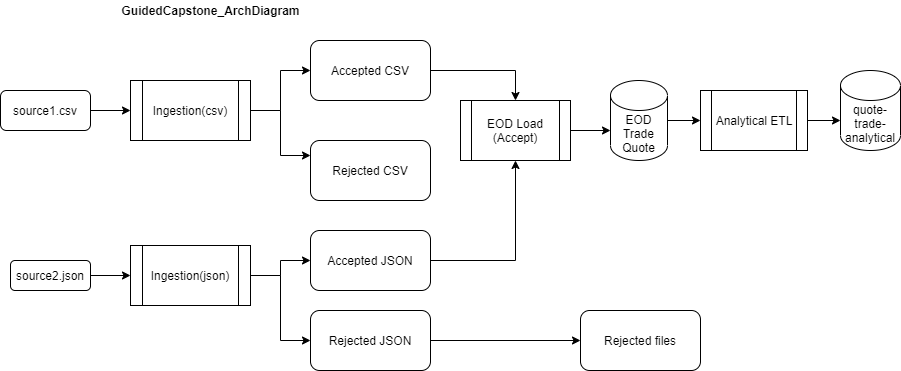
The draw.io diagram GuidedCapstone_DesignPipeline.png in samby5/GC, before a commit. Source tidied: cells renumbered, new cells last; positions are measured from the earlier drawing's top-left corner, leaving out a move shared by most shapes. The source it was exported from:
```xml
<mxGraphModel>
  <root>
    <mxCell id="0" />
    <mxCell id="1" parent="0" />
    <mxCell id="2" style="edgeStyle=orthogonalEdgeStyle;rounded=0;jettySize=auto;html=1;" parent="1" edge="1" source="3" target="14">
      <mxGeometry relative="1" as="geometry" />
    </mxCell>
    <mxCell id="3" value="EOD&lt;br&gt;Trade&lt;br&gt;Quote" style="shape=cylinder3;whiteSpace=wrap;html=1;boundedLbl=1;backgroundOutline=1;size=15;" parent="1" vertex="1">
      <mxGeometry x="610" y="80" width="57" height="80" as="geometry" />
    </mxCell>
    <mxCell id="4" value="quote-trade-analytical" style="shape=cylinder3;whiteSpace=wrap;html=1;boundedLbl=1;backgroundOutline=1;size=15;" parent="1" vertex="1">
      <mxGeometry x="840" y="70" width="60" height="80" as="geometry" />
    </mxCell>
    <mxCell id="5" style="edgeStyle=orthogonalEdgeStyle;rounded=0;jettySize=auto;html=1;entryX=0;entryY=0.25;entryDx=0;entryDy=0;" parent="1" edge="1" source="7" target="19">
      <mxGeometry relative="1" as="geometry" />
    </mxCell>
    <mxCell id="6" style="edgeStyle=orthogonalEdgeStyle;rounded=0;jettySize=auto;html=1;" parent="1" edge="1" source="7" target="25">
      <mxGeometry relative="1" as="geometry" />
    </mxCell>
    <mxCell id="7" value="Ingestion(csv)" style="shape=process;whiteSpace=wrap;html=1;backgroundOutline=1;" parent="1" vertex="1">
      <mxGeometry x="130" y="80" width="120" height="60" as="geometry" />
    </mxCell>
    <mxCell id="8" style="edgeStyle=orthogonalEdgeStyle;rounded=0;jettySize=auto;html=1;entryX=0;entryY=0.5;entryDx=0;entryDy=0;" parent="1" edge="1" source="10" target="21">
      <mxGeometry relative="1" as="geometry" />
    </mxCell>
    <mxCell id="9" style="edgeStyle=orthogonalEdgeStyle;rounded=0;jettySize=auto;html=1;entryX=0;entryY=0.5;entryDx=0;entryDy=0;" parent="1" edge="1" source="10" target="23">
      <mxGeometry relative="1" as="geometry" />
    </mxCell>
    <mxCell id="10" value="Ingestion(json)" style="shape=process;whiteSpace=wrap;html=1;backgroundOutline=1;" parent="1" vertex="1">
      <mxGeometry x="130" y="245" width="120" height="60" as="geometry" />
    </mxCell>
    <mxCell id="11" style="edgeStyle=orthogonalEdgeStyle;rounded=0;jettySize=auto;html=1;" parent="1" edge="1" source="12">
      <mxGeometry relative="1" as="geometry">
        <mxPoint x="610" y="130" as="targetPoint" />
      </mxGeometry>
    </mxCell>
    <mxCell id="12" value="EOD Load&lt;br&gt;(Accept)" style="shape=process;whiteSpace=wrap;html=1;backgroundOutline=1;" parent="1" vertex="1">
      <mxGeometry x="460" y="100" width="110" height="60" as="geometry" />
    </mxCell>
    <mxCell id="13" style="edgeStyle=orthogonalEdgeStyle;rounded=0;jettySize=auto;html=1;" parent="1" edge="1" source="14">
      <mxGeometry relative="1" as="geometry">
        <mxPoint x="840" y="120" as="targetPoint" />
      </mxGeometry>
    </mxCell>
    <mxCell id="14" value="Analytical ETL" style="shape=process;whiteSpace=wrap;html=1;backgroundOutline=1;" parent="1" vertex="1">
      <mxGeometry x="700" y="90" width="107" height="60" as="geometry" />
    </mxCell>
    <mxCell id="15" style="edgeStyle=orthogonalEdgeStyle;rounded=0;jettySize=auto;html=1;" parent="1" edge="1" source="16" target="7">
      <mxGeometry relative="1" as="geometry" />
    </mxCell>
    <mxCell id="16" value="source1.csv" style="rounded=1;whiteSpace=wrap;html=1;" parent="1" vertex="1">
      <mxGeometry y="90" width="90" height="40" as="geometry" />
    </mxCell>
    <mxCell id="17" style="edgeStyle=orthogonalEdgeStyle;rounded=0;jettySize=auto;html=1;entryX=0;entryY=0.5;entryDx=0;entryDy=0;" parent="1" edge="1" source="18" target="10">
      <mxGeometry relative="1" as="geometry" />
    </mxCell>
    <mxCell id="18" value="&lt;span&gt;source2.json&lt;/span&gt;" style="rounded=1;whiteSpace=wrap;html=1;" parent="1" vertex="1">
      <mxGeometry x="10" y="260" width="80" height="30" as="geometry" />
    </mxCell>
    <mxCell id="19" value="Rejected CSV" style="rounded=1;whiteSpace=wrap;html=1;" parent="1" vertex="1">
      <mxGeometry x="310" y="140" width="120" height="60" as="geometry" />
    </mxCell>
    <mxCell id="20" style="edgeStyle=orthogonalEdgeStyle;rounded=0;jettySize=auto;html=1;" parent="1" edge="1" source="21" target="12">
      <mxGeometry relative="1" as="geometry" />
    </mxCell>
    <mxCell id="21" value="Accepted JSON" style="rounded=1;whiteSpace=wrap;html=1;" parent="1" vertex="1">
      <mxGeometry x="310" y="230" width="120" height="60" as="geometry" />
    </mxCell>
    <mxCell id="22" style="edgeStyle=orthogonalEdgeStyle;rounded=0;jettySize=auto;html=1;" parent="1" edge="1" source="23" target="26">
      <mxGeometry relative="1" as="geometry" />
    </mxCell>
    <mxCell id="23" value="Rejected JSON" style="rounded=1;whiteSpace=wrap;html=1;" parent="1" vertex="1">
      <mxGeometry x="310" y="310" width="120" height="60" as="geometry" />
    </mxCell>
    <mxCell id="24" style="edgeStyle=orthogonalEdgeStyle;rounded=0;jettySize=auto;html=1;entryX=0.5;entryY=0;entryDx=0;entryDy=0;" parent="1" edge="1" source="25" target="12">
      <mxGeometry relative="1" as="geometry" />
    </mxCell>
    <mxCell id="25" value="Accepted CSV" style="rounded=1;whiteSpace=wrap;html=1;" parent="1" vertex="1">
      <mxGeometry x="310" y="40" width="120" height="60" as="geometry" />
    </mxCell>
    <mxCell id="26" value="Rejected files" style="rounded=1;whiteSpace=wrap;html=1;" parent="1" vertex="1">
      <mxGeometry x="580" y="310" width="120" height="60" as="geometry" />
    </mxCell>
    <mxCell id="27" value="GuidedCapstone_ArchDiagram" style="text;html=1;align=center;verticalAlign=middle;strokeColor=none;fillColor=none;fontStyle=1;" parent="1" vertex="1">
      <mxGeometry x="115" width="190" height="20" as="geometry" />
    </mxCell>
  </root>
</mxGraphModel>
```
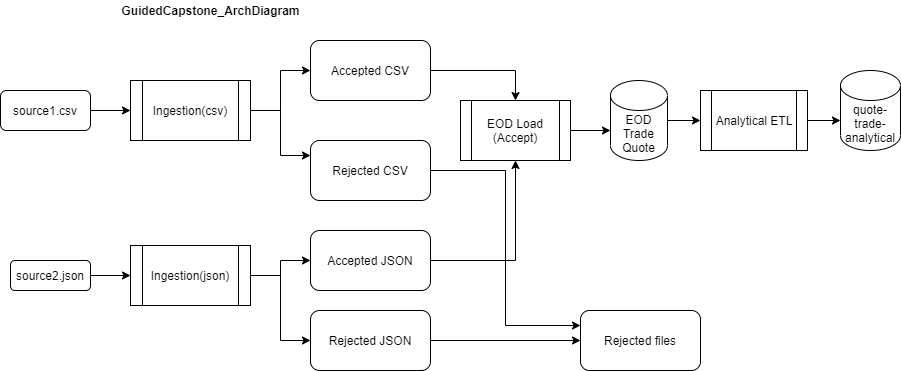
Later version of the same file.

Diff of the diagram source:
```diff
@@ -57,6 +57,9 @@
     <mxCell id="18" value="&lt;span&gt;source2.json&lt;/span&gt;" style="rounded=1;whiteSpace=wrap;html=1;" parent="1" vertex="1">
       <mxGeometry x="10" y="260" width="80" height="30" as="geometry" />
     </mxCell>
+    <mxCell id="28" style="edgeStyle=orthogonalEdgeStyle;rounded=0;jettySize=auto;html=1;entryX=0;entryY=0.25;entryDx=0;entryDy=0;" parent="1" edge="1" source="19" target="26">
+      <mxGeometry relative="1" as="geometry" />
+    </mxCell>
     <mxCell id="19" value="Rejected CSV" style="rounded=1;whiteSpace=wrap;html=1;" parent="1" vertex="1">
       <mxGeometry x="310" y="140" width="120" height="60" as="geometry" />
     </mxCell>
```
